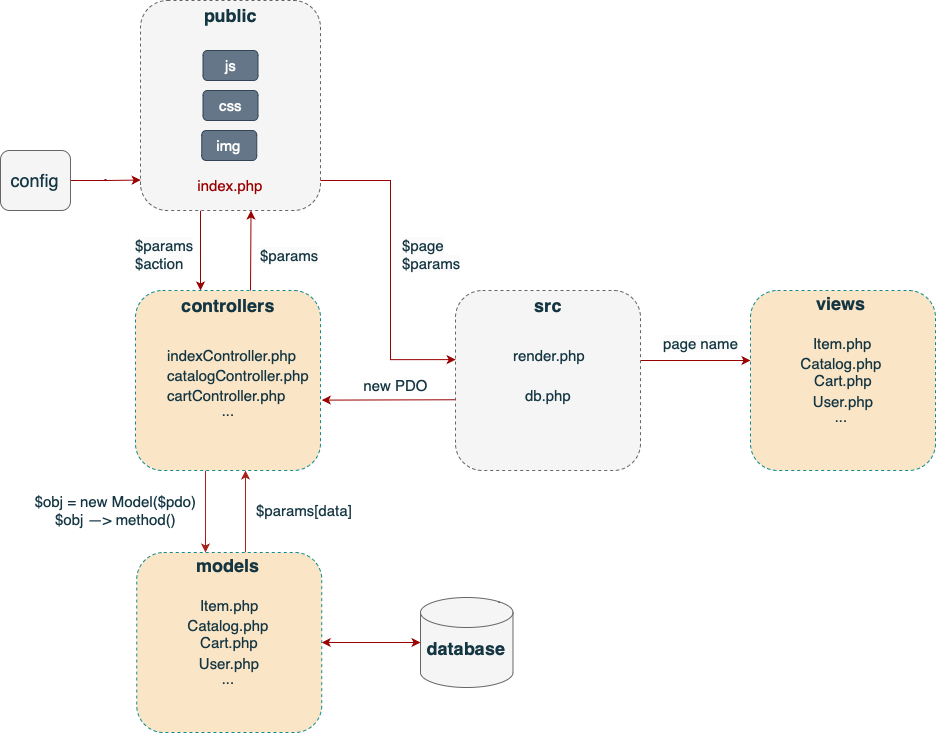
The draw.io diagram documentation/architecture.png in griMarina/brand-shop, before a commit. Source tidied: cells renumbered, new cells last; positions are measured from the earlier drawing's top-left corner, leaving out a move shared by most shapes. Its diagram source:
```xml
<mxGraphModel background="#ffffff">
  <root>
    <mxCell id="0" />
    <mxCell id="1" parent="0" />
    <mxCell id="2" style="edgeStyle=orthogonalEdgeStyle;rounded=0;jettySize=auto;html=1;strokeColor=#990000;" parent="1" edge="1" source="3" target="12">
      <mxGeometry relative="1" as="geometry">
        <Array as="points">
          <mxPoint x="200" y="270" />
          <mxPoint x="200" y="270" />
        </Array>
      </mxGeometry>
    </mxCell>
    <mxCell id="3" style="rounded=1;whiteSpace=wrap;html=1;fontSize=15;dashed=1;textOpacity=0;labelBorderColor=default;labelBackgroundColor=none;fillColor=#f5f5f5;strokeColor=#666666;fontColor=#333333;" parent="1" vertex="1">
      <mxGeometry x="140" width="180" height="210" as="geometry" />
    </mxCell>
    <mxCell id="4" value="&lt;b&gt;&lt;font style=&quot;font-size: 18px;&quot;&gt;public&lt;/font&gt;&lt;/b&gt;" style="text;html=1;align=center;verticalAlign=middle;strokeColor=none;fillColor=none;fontSize=15;labelBackgroundColor=none;fontColor=#143642;" parent="1" vertex="1">
      <mxGeometry x="190" width="80" height="30" as="geometry" />
    </mxCell>
    <mxCell id="5" value="css" style="rounded=1;whiteSpace=wrap;html=1;fontSize=15;labelBackgroundColor=none;fillColor=#647687;strokeColor=#314354;fontColor=#ffffff;" parent="1" vertex="1">
      <mxGeometry x="202.5" y="90" width="55" height="30" as="geometry" />
    </mxCell>
    <mxCell id="6" value="img" style="rounded=1;whiteSpace=wrap;html=1;fontSize=15;labelBackgroundColor=none;fillColor=#647687;strokeColor=#314354;fontColor=#ffffff;" parent="1" vertex="1">
      <mxGeometry x="201.2" y="130" width="55" height="30" as="geometry" />
    </mxCell>
    <mxCell id="7" value="index.php" style="text;html=1;strokeColor=none;fillColor=none;align=center;verticalAlign=middle;whiteSpace=wrap;rounded=0;fontSize=15;labelBackgroundColor=none;fontColor=#990000;" parent="1" vertex="1">
      <mxGeometry x="200" y="170" width="60" height="30" as="geometry" />
    </mxCell>
    <mxCell id="8" style="edgeStyle=orthogonalEdgeStyle;rounded=0;jettySize=auto;html=1;elbow=vertical;entryX=0.001;entryY=0.855;entryDx=0;entryDy=0;entryPerimeter=0;fillColor=#a20025;strokeColor=#990000;" parent="1" edge="1" source="9" target="3">
      <mxGeometry relative="1" as="geometry" />
    </mxCell>
    <mxCell id="9" value="&lt;font color=&quot;#143642&quot; style=&quot;font-size: 18px;&quot;&gt;config&lt;/font&gt;" style="rounded=1;whiteSpace=wrap;html=1;fontSize=15;labelBackgroundColor=none;fillColor=#f5f5f5;strokeColor=#666666;fontColor=#333333;" parent="1" vertex="1">
      <mxGeometry y="150" width="70" height="60" as="geometry" />
    </mxCell>
    <mxCell id="10" style="edgeStyle=orthogonalEdgeStyle;rounded=0;jettySize=auto;html=1;fontSize=15;labelBackgroundColor=none;strokeColor=#A8201A;fontColor=default;" parent="1" edge="1" source="11" target="15">
      <mxGeometry relative="1" as="geometry">
        <Array as="points">
          <mxPoint x="205" y="510" />
          <mxPoint x="205" y="510" />
        </Array>
      </mxGeometry>
    </mxCell>
    <mxCell id="11" style="rounded=1;whiteSpace=wrap;html=1;fontSize=15;dashed=1;labelBorderColor=default;fillColor=#FAE5C7;strokeColor=#0F8B8D;labelBackgroundColor=none;fontColor=#143642;" parent="1" vertex="1">
      <mxGeometry x="135" y="290" width="185" height="180" as="geometry" />
    </mxCell>
    <mxCell id="12" value="&lt;b&gt;&lt;font style=&quot;font-size: 18px;&quot;&gt;controllers&lt;/font&gt;&lt;br&gt;&lt;/b&gt;" style="text;html=1;strokeColor=none;fillColor=none;align=center;verticalAlign=middle;whiteSpace=wrap;rounded=0;fontSize=15;labelBackgroundColor=none;fontColor=#143642;" parent="1" vertex="1">
      <mxGeometry x="197.5" y="290" width="60" height="30" as="geometry" />
    </mxCell>
    <mxCell id="13" value="&lt;span style=&quot;caret-color: rgb(0, 0, 0); font-family: Helvetica; font-size: 15px; font-style: normal; font-variant-caps: normal; font-weight: 400; letter-spacing: normal; text-align: center; text-indent: 0px; text-transform: none; word-spacing: 0px; -webkit-text-stroke-width: 0px; background-color: rgb(251, 251, 251); text-decoration: none; float: none; display: inline !important;&quot;&gt;$params&lt;br&gt;$action&lt;br&gt;&lt;br&gt;&lt;/span&gt;" style="text;whiteSpace=wrap;html=1;fontSize=15;labelBackgroundColor=none;fontColor=#143642;" parent="1" vertex="1">
      <mxGeometry x="132.5" y="230" width="70" height="40" as="geometry" />
    </mxCell>
    <mxCell id="14" style="edgeStyle=orthogonalEdgeStyle;rounded=0;jettySize=auto;html=1;fontSize=15;labelBackgroundColor=none;strokeColor=#A8201A;fontColor=default;" parent="1" edge="1" source="15" target="11">
      <mxGeometry relative="1" as="geometry">
        <Array as="points">
          <mxPoint x="245" y="510" />
          <mxPoint x="245" y="510" />
        </Array>
      </mxGeometry>
    </mxCell>
    <mxCell id="15" style="rounded=1;whiteSpace=wrap;html=1;fontSize=15;dashed=1;labelBorderColor=default;fillColor=#FAE5C7;strokeColor=#0F8B8D;labelBackgroundColor=none;fontColor=#143642;" parent="1" vertex="1">
      <mxGeometry x="136.2" y="552" width="185" height="180" as="geometry" />
    </mxCell>
    <mxCell id="16" value="&lt;b&gt;&lt;font style=&quot;font-size: 18px;&quot;&gt;models&lt;/font&gt;&lt;br&gt;&lt;/b&gt;" style="text;html=1;strokeColor=none;fillColor=none;align=center;verticalAlign=middle;whiteSpace=wrap;rounded=0;fontSize=15;labelBackgroundColor=none;fontColor=#143642;" parent="1" vertex="1">
      <mxGeometry x="197.5" y="550" width="60" height="30" as="geometry" />
    </mxCell>
    <mxCell id="17" value="&lt;b style=&quot;font-style: normal; font-variant-caps: normal; letter-spacing: normal; text-align: start; text-indent: 0px; text-transform: none; word-spacing: 0px; -webkit-text-stroke-width: 0px; text-decoration: none; caret-color: rgb(0, 0, 0); font-weight: normal;&quot; id=&quot;docs-internal-guid-b71bb7ab-7fff-38e6-f7fd-65bf495fe84a&quot;&gt;&lt;span style=&quot;font-family: Calibri, sans-serif; background-color: transparent; font-weight: 400; font-style: normal; font-variant-ligatures: normal; font-variant-numeric: normal; font-variant-caps: normal; font-variant-alternates: normal; font-variant-east-asian: normal; font-variant-position: normal; text-decoration: none; vertical-align: baseline;&quot;&gt;&lt;font style=&quot;font-size: 15px;&quot;&gt;$obj = new Model($pdo)&lt;br&gt;$obj —&amp;gt; method()&lt;/font&gt;&lt;/span&gt;&lt;/b&gt;" style="text;html=1;strokeColor=none;fillColor=none;align=center;verticalAlign=middle;whiteSpace=wrap;rounded=0;fontSize=15;labelBackgroundColor=none;fontColor=#143642;" parent="1" vertex="1">
      <mxGeometry x="32.5" y="500" width="165" height="20" as="geometry" />
    </mxCell>
    <mxCell id="18" value="$params[data]" style="text;html=1;strokeColor=none;fillColor=none;align=center;verticalAlign=middle;whiteSpace=wrap;rounded=0;fontSize=15;labelBackgroundColor=none;fontColor=#143642;" parent="1" vertex="1">
      <mxGeometry x="273.8" y="495" width="60" height="30" as="geometry" />
    </mxCell>
    <mxCell id="19" value="Catalog.php" style="text;html=1;strokeColor=none;fillColor=none;align=center;verticalAlign=middle;whiteSpace=wrap;rounded=0;fontSize=15;labelBackgroundColor=none;fontColor=#143642;" parent="1" vertex="1">
      <mxGeometry x="197.5" y="610" width="60" height="30" as="geometry" />
    </mxCell>
    <mxCell id="20" value="Item.php" style="text;whiteSpace=wrap;html=1;fontSize=15;labelBackgroundColor=none;fontColor=#143642;" parent="1" vertex="1">
      <mxGeometry x="197.5" y="590" width="60" height="30" as="geometry" />
    </mxCell>
    <mxCell id="21" style="shape=cylinder3;whiteSpace=wrap;html=1;boundedLbl=1;backgroundOutline=1;size=15;labelBorderColor=default;fontSize=15;labelBackgroundColor=none;fillColor=#f5f5f5;strokeColor=#666666;fontColor=#333333;" parent="1" vertex="1">
      <mxGeometry x="420" y="597" width="92.5" height="90" as="geometry" />
    </mxCell>
    <mxCell id="22" value="&lt;font style=&quot;font-size: 18px;&quot;&gt;&lt;b&gt;database&lt;/b&gt;&lt;/font&gt;" style="text;html=1;strokeColor=none;fillColor=none;align=center;verticalAlign=middle;whiteSpace=wrap;rounded=0;fontSize=15;labelBackgroundColor=none;fontColor=#143642;" parent="1" vertex="1">
      <mxGeometry x="436.2" y="633" width="60" height="30" as="geometry" />
    </mxCell>
    <mxCell id="23" style="endArrow=classic;startArrow=classic;html=1;rounded=0;fontSize=15;exitX=0;exitY=0.5;exitDx=0;exitDy=0;exitPerimeter=0;entryX=1;entryY=0.5;entryDx=0;entryDy=0;labelBackgroundColor=none;strokeColor=#990000;fontColor=default;strokeWidth=1;startSize=6;sourcePerimeterSpacing=0;jumpSize=0;" parent="1" edge="1" source="21" target="15">
      <mxGeometry relative="1" as="geometry" />
    </mxCell>
    <mxCell id="24" value="Cart.php" style="text;html=1;strokeColor=none;fillColor=none;align=center;verticalAlign=middle;whiteSpace=wrap;rounded=0;fontSize=15;labelBackgroundColor=none;fontColor=#143642;" parent="1" vertex="1">
      <mxGeometry x="200" y="630" width="57.5" height="24" as="geometry" />
    </mxCell>
    <mxCell id="25" value="User.php" style="text;html=1;strokeColor=none;fillColor=none;align=center;verticalAlign=middle;whiteSpace=wrap;rounded=0;fontSize=15;labelBackgroundColor=none;fontColor=#143642;" parent="1" vertex="1">
      <mxGeometry x="198.8" y="648" width="60" height="30" as="geometry" />
    </mxCell>
    <mxCell id="26" value="..." style="text;html=1;strokeColor=none;fillColor=none;align=center;verticalAlign=middle;whiteSpace=wrap;rounded=0;fontSize=15;labelBackgroundColor=none;fontColor=#143642;" parent="1" vertex="1">
      <mxGeometry x="197.5" y="663" width="60" height="30" as="geometry" />
    </mxCell>
    <mxCell id="27" style="edgeStyle=orthogonalEdgeStyle;rounded=0;jettySize=auto;html=1;elbow=vertical;strokeColor=#990000;" parent="1" edge="1" source="28" target="33">
      <mxGeometry relative="1" as="geometry">
        <Array as="points">
          <mxPoint x="710" y="360" />
          <mxPoint x="710" y="360" />
        </Array>
      </mxGeometry>
    </mxCell>
    <mxCell id="28" style="rounded=1;whiteSpace=wrap;html=1;fontSize=15;dashed=1;labelBorderColor=default;labelBackgroundColor=none;fillColor=#f5f5f5;fontColor=#333333;strokeColor=#666666;" parent="1" vertex="1">
      <mxGeometry x="455" y="290" width="185" height="180" as="geometry" />
    </mxCell>
    <mxCell id="29" value="&lt;span style=&quot;caret-color: rgb(0, 0, 0); font-family: Helvetica; font-size: 15px; font-style: normal; font-variant-caps: normal; font-weight: 400; letter-spacing: normal; text-align: center; text-indent: 0px; text-transform: none; word-spacing: 0px; -webkit-text-stroke-width: 0px; background-color: rgb(251, 251, 251); text-decoration: none; float: none; display: inline !important;&quot;&gt;$params&lt;br&gt;&lt;br&gt;&lt;/span&gt;" style="text;whiteSpace=wrap;html=1;fontSize=15;labelBackgroundColor=none;fontColor=#143642;" parent="1" vertex="1">
      <mxGeometry x="257.5" y="240" width="70" height="40" as="geometry" />
    </mxCell>
    <mxCell id="30" value="&lt;b&gt;&lt;font style=&quot;font-size: 18px;&quot;&gt;src&lt;/font&gt;&lt;/b&gt;" style="text;html=1;strokeColor=none;fillColor=none;align=center;verticalAlign=middle;whiteSpace=wrap;rounded=0;fontSize=15;labelBackgroundColor=none;fontColor=#143642;" parent="1" vertex="1">
      <mxGeometry x="517.5" y="290" width="60" height="30" as="geometry" />
    </mxCell>
    <mxCell id="31" value="render.php" style="text;html=1;strokeColor=none;fillColor=none;align=center;verticalAlign=middle;whiteSpace=wrap;rounded=0;fontSize=15;labelBackgroundColor=none;fontColor=#143642;" parent="1" vertex="1">
      <mxGeometry x="518.8" y="340" width="60" height="30" as="geometry" />
    </mxCell>
    <mxCell id="32" value="db.php" style="text;html=1;strokeColor=none;fillColor=none;align=center;verticalAlign=middle;whiteSpace=wrap;rounded=0;fontSize=15;labelBackgroundColor=none;fontColor=#143642;" parent="1" vertex="1">
      <mxGeometry x="517.5" y="380" width="60" height="30" as="geometry" />
    </mxCell>
    <mxCell id="33" style="rounded=1;whiteSpace=wrap;html=1;fontSize=15;dashed=1;labelBorderColor=default;fillColor=#FAE5C7;strokeColor=#0F8B8D;labelBackgroundColor=none;fontColor=#143642;" parent="1" vertex="1">
      <mxGeometry x="750" y="290" width="185" height="180" as="geometry" />
    </mxCell>
    <mxCell id="34" value="&lt;b&gt;&lt;font style=&quot;font-size: 18px;&quot;&gt;views&lt;/font&gt;&lt;br&gt;&lt;/b&gt;" style="text;html=1;strokeColor=none;fillColor=none;align=center;verticalAlign=middle;whiteSpace=wrap;rounded=0;fontSize=15;labelBackgroundColor=none;fontColor=#143642;" parent="1" vertex="1">
      <mxGeometry x="811.2" y="288" width="60" height="30" as="geometry" />
    </mxCell>
    <mxCell id="35" value="Catalog.php" style="text;html=1;strokeColor=none;fillColor=none;align=center;verticalAlign=middle;whiteSpace=wrap;rounded=0;fontSize=15;labelBackgroundColor=none;fontColor=#143642;" parent="1" vertex="1">
      <mxGeometry x="811.2" y="348" width="60" height="30" as="geometry" />
    </mxCell>
    <mxCell id="36" value="Item.php" style="text;whiteSpace=wrap;html=1;fontSize=15;labelBackgroundColor=none;fontColor=#143642;" parent="1" vertex="1">
      <mxGeometry x="811.2" y="328" width="60" height="30" as="geometry" />
    </mxCell>
    <mxCell id="37" value="Cart.php" style="text;html=1;strokeColor=none;fillColor=none;align=center;verticalAlign=middle;whiteSpace=wrap;rounded=0;fontSize=15;labelBackgroundColor=none;fontColor=#143642;" parent="1" vertex="1">
      <mxGeometry x="813.8" y="368" width="57.5" height="24" as="geometry" />
    </mxCell>
    <mxCell id="38" value="User.php" style="text;html=1;strokeColor=none;fillColor=none;align=center;verticalAlign=middle;whiteSpace=wrap;rounded=0;fontSize=15;labelBackgroundColor=none;fontColor=#143642;" parent="1" vertex="1">
      <mxGeometry x="812.5" y="386" width="60" height="30" as="geometry" />
    </mxCell>
    <mxCell id="39" value="..." style="text;html=1;strokeColor=none;fillColor=none;align=center;verticalAlign=middle;whiteSpace=wrap;rounded=0;fontSize=15;labelBackgroundColor=none;fontColor=#143642;" parent="1" vertex="1">
      <mxGeometry x="811.2" y="401" width="60" height="30" as="geometry" />
    </mxCell>
    <mxCell id="40" value="js" style="rounded=1;whiteSpace=wrap;html=1;fontSize=15;labelBackgroundColor=none;fillColor=#647687;strokeColor=#314354;fontColor=#ffffff;" parent="1" vertex="1">
      <mxGeometry x="202.5" y="50" width="55" height="30" as="geometry" />
    </mxCell>
    <mxCell id="41" value="indexController.php" style="text;whiteSpace=wrap;html=1;fontSize=15;labelBackgroundColor=none;fontColor=#143642;" parent="1" vertex="1">
      <mxGeometry x="165" y="340" width="60" height="30" as="geometry" />
    </mxCell>
    <mxCell id="42" value="catalogController.php" style="text;whiteSpace=wrap;html=1;fontSize=15;labelBackgroundColor=none;fontColor=#143642;" parent="1" vertex="1">
      <mxGeometry x="165" y="360" width="60" height="30" as="geometry" />
    </mxCell>
    <mxCell id="43" value="cartController.php" style="text;whiteSpace=wrap;html=1;fontSize=15;labelBackgroundColor=none;fontColor=#143642;" parent="1" vertex="1">
      <mxGeometry x="165" y="380" width="60" height="30" as="geometry" />
    </mxCell>
    <mxCell id="44" value="..." style="text;html=1;strokeColor=none;fillColor=none;align=center;verticalAlign=middle;whiteSpace=wrap;rounded=0;fontSize=15;labelBackgroundColor=none;fontColor=#143642;" parent="1" vertex="1">
      <mxGeometry x="197.5" y="395" width="60" height="30" as="geometry" />
    </mxCell>
    <mxCell id="45" value="&lt;font style=&quot;font-size: 15px;&quot; color=&quot;#143642&quot;&gt;new PDO&lt;/font&gt;" style="text;html=1;align=center;verticalAlign=middle;strokeColor=none;fillColor=none;" parent="1" vertex="1">
      <mxGeometry x="350" y="370" width="90" height="30" as="geometry" />
    </mxCell>
    <mxCell id="46" style="endArrow=classic;html=1;rounded=0;exitX=0.875;exitY=0;exitDx=0;exitDy=0;exitPerimeter=0;entryX=0.614;entryY=1;entryDx=0;entryDy=0;entryPerimeter=0;strokeColor=#990000;" parent="1" edge="1" source="12" target="3">
      <mxGeometry relative="1" as="geometry" />
    </mxCell>
    <mxCell id="47" style="endArrow=classic;html=1;rounded=0;entryX=1.007;entryY=0.609;entryDx=0;entryDy=0;entryPerimeter=0;exitX=-0.002;exitY=0.607;exitDx=0;exitDy=0;exitPerimeter=0;strokeColor=#990000;" parent="1" edge="1" source="28" target="11">
      <mxGeometry relative="1" as="geometry" />
    </mxCell>
    <mxCell id="48" style="endArrow=classic;html=1;rounded=0;edgeStyle=orthogonalEdgeStyle;entryX=0.001;entryY=0.384;entryDx=0;entryDy=0;entryPerimeter=0;strokeColor=#990000;" parent="1" edge="1" target="28">
      <mxGeometry relative="1" as="geometry">
        <mxPoint x="320" y="180" as="sourcePoint" />
        <Array as="points">
          <mxPoint x="390" y="180" />
          <mxPoint x="390" y="359" />
        </Array>
      </mxGeometry>
    </mxCell>
    <mxCell id="49" value="&lt;span style=&quot;caret-color: rgb(0, 0, 0); font-family: Helvetica; font-size: 15px; font-style: normal; font-variant-caps: normal; font-weight: 400; letter-spacing: normal; text-align: center; text-indent: 0px; text-transform: none; word-spacing: 0px; -webkit-text-stroke-width: 0px; background-color: rgb(251, 251, 251); text-decoration: none; float: none; display: inline !important;&quot;&gt;$page&lt;br&gt;$params&lt;br&gt;&lt;/span&gt;" style="text;whiteSpace=wrap;html=1;fontSize=15;labelBackgroundColor=none;fontColor=#143642;" parent="1" vertex="1">
      <mxGeometry x="400" y="230" width="70" height="40" as="geometry" />
    </mxCell>
    <mxCell id="50" value="&lt;span style=&quot;caret-color: rgb(0, 0, 0); font-family: Helvetica; font-size: 15px; font-style: normal; font-variant-caps: normal; font-weight: 400; letter-spacing: normal; text-align: center; text-indent: 0px; text-transform: none; word-spacing: 0px; -webkit-text-stroke-width: 0px; background-color: rgb(251, 251, 251); text-decoration: none; float: none; display: inline !important;&quot;&gt;page name&lt;br&gt;&lt;/span&gt;" style="text;whiteSpace=wrap;html=1;fontSize=15;labelBackgroundColor=none;fontColor=#143642;" parent="1" vertex="1">
      <mxGeometry x="661" y="328" width="89" height="40" as="geometry" />
    </mxCell>
  </root>
</mxGraphModel>
```
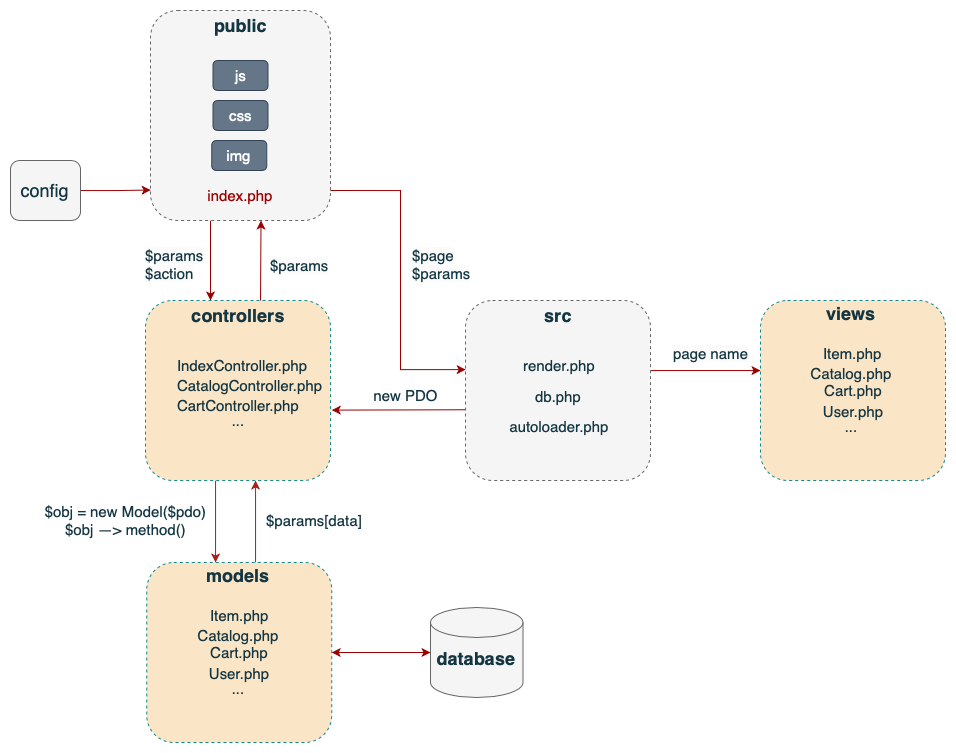
After the commit.

What changed in the source:
```diff
@@ -113,7 +113,7 @@
       <mxGeometry x="518.8" y="340" width="60" height="30" as="geometry" />
     </mxCell>
     <mxCell id="32" value="db.php" style="text;html=1;strokeColor=none;fillColor=none;align=center;verticalAlign=middle;whiteSpace=wrap;rounded=0;fontSize=15;labelBackgroundColor=none;fontColor=#143642;" parent="1" vertex="1">
-      <mxGeometry x="517.5" y="380" width="60" height="30" as="geometry" />
+      <mxGeometry x="517.5" y="371" width="60" height="30" as="geometry" />
     </mxCell>
     <mxCell id="33" style="rounded=1;whiteSpace=wrap;html=1;fontSize=15;dashed=1;labelBorderColor=default;fillColor=#FAE5C7;strokeColor=#0F8B8D;labelBackgroundColor=none;fontColor=#143642;" parent="1" vertex="1">
       <mxGeometry x="750" y="290" width="185" height="180" as="geometry" />
@@ -139,13 +139,13 @@
     <mxCell id="40" value="js" style="rounded=1;whiteSpace=wrap;html=1;fontSize=15;labelBackgroundColor=none;fillColor=#647687;strokeColor=#314354;fontColor=#ffffff;" parent="1" vertex="1">
       <mxGeometry x="202.5" y="50" width="55" height="30" as="geometry" />
     </mxCell>
-    <mxCell id="41" value="indexController.php" style="text;whiteSpace=wrap;html=1;fontSize=15;labelBackgroundColor=none;fontColor=#143642;" parent="1" vertex="1">
+    <mxCell id="41" value="IndexController.php" style="text;whiteSpace=wrap;html=1;fontSize=15;labelBackgroundColor=none;fontColor=#143642;" parent="1" vertex="1">
       <mxGeometry x="165" y="340" width="60" height="30" as="geometry" />
     </mxCell>
-    <mxCell id="42" value="catalogController.php" style="text;whiteSpace=wrap;html=1;fontSize=15;labelBackgroundColor=none;fontColor=#143642;" parent="1" vertex="1">
+    <mxCell id="42" value="CatalogController.php" style="text;whiteSpace=wrap;html=1;fontSize=15;labelBackgroundColor=none;fontColor=#143642;" parent="1" vertex="1">
       <mxGeometry x="165" y="360" width="60" height="30" as="geometry" />
     </mxCell>
-    <mxCell id="43" value="cartController.php" style="text;whiteSpace=wrap;html=1;fontSize=15;labelBackgroundColor=none;fontColor=#143642;" parent="1" vertex="1">
+    <mxCell id="43" value="CartController.php" style="text;whiteSpace=wrap;html=1;fontSize=15;labelBackgroundColor=none;fontColor=#143642;" parent="1" vertex="1">
       <mxGeometry x="165" y="380" width="60" height="30" as="geometry" />
     </mxCell>
     <mxCell id="44" value="..." style="text;html=1;strokeColor=none;fillColor=none;align=center;verticalAlign=middle;whiteSpace=wrap;rounded=0;fontSize=15;labelBackgroundColor=none;fontColor=#143642;" parent="1" vertex="1">
@@ -175,5 +175,8 @@
     <mxCell id="50" value="&lt;span style=&quot;caret-color: rgb(0, 0, 0); font-family: Helvetica; font-size: 15px; font-style: normal; font-variant-caps: normal; font-weight: 400; letter-spacing: normal; text-align: center; text-indent: 0px; text-transform: none; word-spacing: 0px; -webkit-text-stroke-width: 0px; background-color: rgb(251, 251, 251); text-decoration: none; float: none; display: inline !important;&quot;&gt;page name&lt;br&gt;&lt;/span&gt;" style="text;whiteSpace=wrap;html=1;fontSize=15;labelBackgroundColor=none;fontColor=#143642;" parent="1" vertex="1">
       <mxGeometry x="661" y="328" width="89" height="40" as="geometry" />
     </mxCell>
+    <mxCell id="51" value="autoloader.php" style="text;html=1;strokeColor=none;fillColor=none;align=center;verticalAlign=middle;whiteSpace=wrap;rounded=0;fontSize=15;labelBackgroundColor=none;fontColor=#143642;" parent="1" vertex="1">
+      <mxGeometry x="518.8" y="401" width="60" height="30" as="geometry" />
+    </mxCell>
   </root>
 </mxGraphModel>
```
